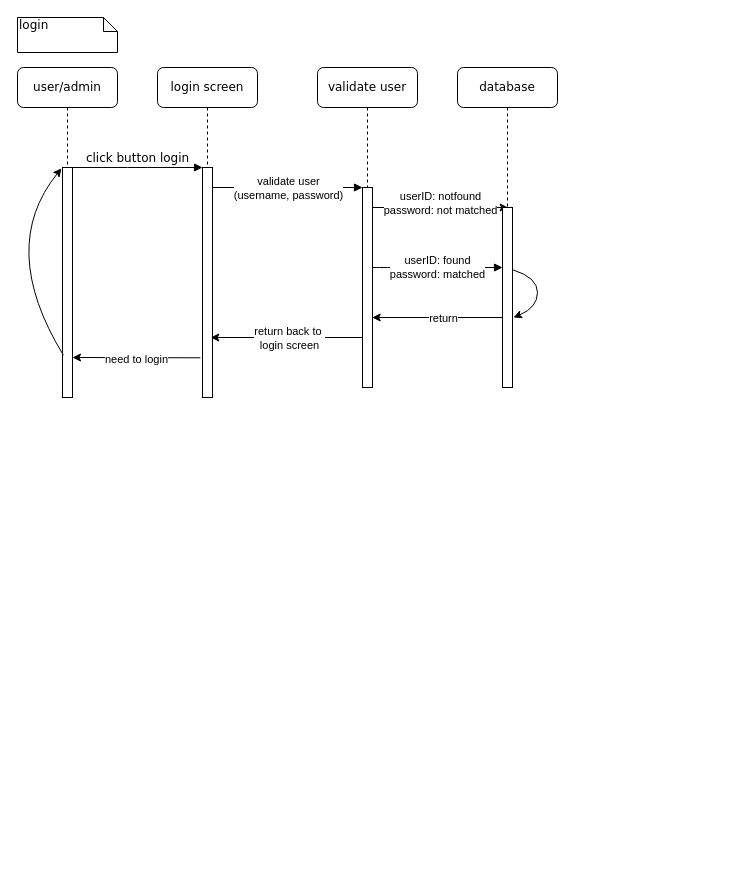
Earlier version of the draw.io diagram Diagram Tanpa Judul.drawio (rogerkampret/Kantin-Kampus-Digital). Source tidied: cells renumbered, new cells numbered last; positions are measured from the earlier drawing's top-left corner, leaving out a move shared by most shapes. Both pictures are drawn from the tidied source at 100%, with x=0, y=0 at pixel (-3, 17).
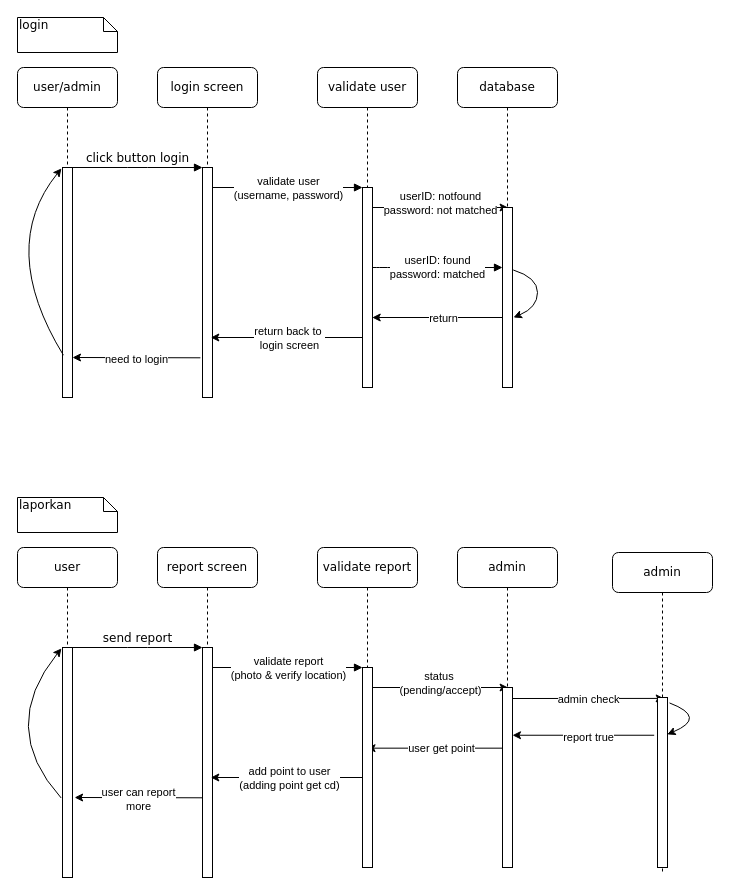
The same page after the edit.

Change to the diagram source:
```diff
@@
+    <mxCell id="26" style="endArrow=classic;html=1;rounded=0;exitX=0.151;exitY=0.337;exitDx=0;exitDy=0;exitPerimeter=0;" parent="1" edge="1" source="45" target="35">
+      <mxGeometry relative="1" as="geometry" />
+    </mxCell>
+    <mxCell id="27" value="user get point" style="edgeLabel;html=1;align=center;verticalAlign=middle;" parent="26" vertex="1">
+      <mxGeometry x="-0.08" relative="1" as="geometry" />
+    </mxCell>
+    <mxCell id="28" style="endArrow=classic;html=1;rounded=0;entryX=0.517;entryY=0.456;entryDx=0;entryDy=0;entryPerimeter=0;" parent="1" edge="1" target="30">
+      <mxGeometry relative="1" as="geometry">
+        <mxPoint x="513" y="681" as="sourcePoint" />
+      </mxGeometry>
+    </mxCell>
+    <mxCell id="29" value="admin check" style="edgeLabel;html=1;align=center;verticalAlign=middle;" parent="28" vertex="1">
+      <mxGeometry y="-1" relative="1" as="geometry" />
+    </mxCell>
+    <mxCell id="30" value="admin" style="shape=umlLifeline;perimeter=lifelinePerimeter;whiteSpace=wrap;html=1;outlineConnect=0;rounded=1;shadow=0;comic=0;labelBackgroundColor=none;strokeWidth=1;fontFamily=Verdana;fontSize=12;align=center;" parent="1" vertex="1">
+      <mxGeometry x="615" y="535" width="100" height="320" as="geometry" />
+    </mxCell>
@@
+    <mxCell id="31" value="report screen" style="shape=umlLifeline;perimeter=lifelinePerimeter;whiteSpace=wrap;html=1;rounded=1;shadow=0;comic=0;labelBackgroundColor=none;strokeWidth=1;fontFamily=Verdana;fontSize=12;align=center;" parent="1" vertex="1">
+      <mxGeometry x="160" y="530" width="100" height="330" as="geometry" />
+    </mxCell>
+    <mxCell id="32" style="html=1;points=[];perimeter=orthogonalPerimeter;rounded=0;shadow=0;comic=0;labelBackgroundColor=none;strokeWidth=1;fontFamily=Verdana;fontSize=12;align=center;" parent="31" vertex="1">
+      <mxGeometry x="45" y="100" width="10" height="230" as="geometry" />
+    </mxCell>
+    <mxCell id="33" style="endArrow=classic;html=1;rounded=0;entryX=1.009;entryY=0.642;entryDx=0;entryDy=0;entryPerimeter=0;" parent="31" edge="1">
+      <mxGeometry relative="1" as="geometry">
+        <mxPoint x="45" y="250.3" as="sourcePoint" />
+        <mxPoint x="-82.9" y="250" as="targetPoint" />
+      </mxGeometry>
+    </mxCell>
+    <mxCell id="34" value="user can report&lt;div&gt;more&lt;/div&gt;" style="edgeLabel;html=1;align=center;verticalAlign=middle;" parent="33" vertex="1">
+      <mxGeometry y="1" relative="1" as="geometry" />
+    </mxCell>
+    <mxCell id="35" value="validate report" style="shape=umlLifeline;perimeter=lifelinePerimeter;whiteSpace=wrap;html=1;outlineConnect=0;rounded=1;shadow=0;comic=0;labelBackgroundColor=none;strokeWidth=1;fontFamily=Verdana;fontSize=12;align=center;" parent="1" vertex="1">
+      <mxGeometry x="320" y="530" width="100" height="320" as="geometry" />
+    </mxCell>
+    <mxCell id="36" style="html=1;points=[];perimeter=orthogonalPerimeter;rounded=0;shadow=0;comic=0;labelBackgroundColor=none;strokeWidth=1;fontFamily=Verdana;fontSize=12;align=center;" parent="35" vertex="1">
+      <mxGeometry x="45" y="120" width="10" height="200" as="geometry" />
+    </mxCell>
+    <mxCell id="37" style="endArrow=classic;html=1;rounded=0;entryX=0.879;entryY=0.606;entryDx=0;entryDy=0;entryPerimeter=0;exitX=0.052;exitY=0.597;exitDx=0;exitDy=0;exitPerimeter=0;" parent="35" edge="1">
+      <mxGeometry relative="1" as="geometry">
+        <mxPoint x="45" y="230" as="sourcePoint" />
+        <mxPoint x="-106.7" y="230" as="targetPoint" />
+      </mxGeometry>
+    </mxCell>
+    <mxCell id="38" value="add point to user&lt;div&gt;(adding point get cd)&lt;/div&gt;" style="edgeLabel;html=1;align=center;verticalAlign=middle;" parent="37" vertex="1">
+      <mxGeometry x="-0.02" relative="1" as="geometry" />
+    </mxCell>
+    <mxCell id="39" value="admin" style="shape=umlLifeline;perimeter=lifelinePerimeter;whiteSpace=wrap;html=1;rounded=1;shadow=0;comic=0;labelBackgroundColor=none;strokeWidth=1;fontFamily=Verdana;fontSize=12;align=center;" parent="1" vertex="1">
+      <mxGeometry x="460" y="530" width="100" height="320" as="geometry" />
+    </mxCell>
+    <mxCell id="40" style="endArrow=classic;html=1;rounded=0;exitX=0.539;exitY=0.325;exitDx=0;exitDy=0;exitPerimeter=0;" parent="39" edge="1">
+      <mxGeometry relative="1" as="geometry">
+        <mxPoint x="-85" y="140" as="sourcePoint" />
+        <mxPoint x="50.6" y="140" as="targetPoint" />
+      </mxGeometry>
+    </mxCell>
+    <mxCell id="41" value="status&amp;nbsp;&lt;div&gt;(pending/accept)&lt;/div&gt;" style="edgeLabel;html=1;align=center;verticalAlign=middle;" parent="40" vertex="1">
+      <mxGeometry x="-0.01" y="5" relative="1" as="geometry" />
+    </mxCell>
+    <mxCell id="42" value="user" style="shape=umlLifeline;perimeter=lifelinePerimeter;whiteSpace=wrap;html=1;rounded=1;shadow=0;comic=0;labelBackgroundColor=none;strokeWidth=1;fontFamily=Verdana;fontSize=12;align=center;" parent="1" vertex="1">
+      <mxGeometry x="20" y="530" width="100" height="330" as="geometry" />
+    </mxCell>
+    <mxCell id="43" style="html=1;points=[];perimeter=orthogonalPerimeter;rounded=0;shadow=0;comic=0;labelBackgroundColor=none;strokeWidth=1;fontFamily=Verdana;fontSize=12;align=center;" parent="42" vertex="1">
+      <mxGeometry x="45" y="100" width="10" height="230" as="geometry" />
+    </mxCell>
+    <mxCell id="44" style="curved=1;endArrow=classic;html=1;rounded=0;exitX=-0.14;exitY=0.654;exitDx=0;exitDy=0;exitPerimeter=0;entryX=-0.104;entryY=0.004;entryDx=0;entryDy=0;entryPerimeter=0;" parent="42" edge="1" source="43" target="43">
+      <mxGeometry relative="1" as="geometry">
+        <Array as="points">
+          <mxPoint x="-20" y="180" />
+        </Array>
+      </mxGeometry>
+    </mxCell>
+    <mxCell id="45" style="html=1;points=[];perimeter=orthogonalPerimeter;rounded=0;shadow=0;comic=0;labelBackgroundColor=none;strokeWidth=1;fontFamily=Verdana;fontSize=12;align=center;" parent="1" vertex="1">
+      <mxGeometry x="505" y="670" width="10" height="180" as="geometry" />
+    </mxCell>
+    <mxCell id="46" value="send report" style="html=1;verticalAlign=bottom;endArrow=block;entryX=0;entryY=0;labelBackgroundColor=none;fontFamily=Verdana;fontSize=12;edgeStyle=elbowEdgeStyle;elbow=vertical;" parent="1" edge="1" source="43" target="32">
+      <mxGeometry relative="1" as="geometry" />
+    </mxCell>
+    <mxCell id="47" style="html=1;verticalAlign=bottom;endArrow=block;entryX=0;entryY=0;labelBackgroundColor=none;fontFamily=Verdana;fontSize=12;edgeStyle=elbowEdgeStyle;elbow=vertical;" parent="1" edge="1" source="32" target="36">
+      <mxGeometry relative="1" as="geometry" />
+    </mxCell>
+    <mxCell id="48" value="validate report&lt;div&gt;(photo &amp;amp; verify location)&lt;/div&gt;" style="edgeLabel;html=1;align=center;verticalAlign=middle;" parent="47" vertex="1">
+      <mxGeometry x="0.08" y="2" relative="1" as="geometry">
+        <mxPoint x="-6" y="2" as="offset" />
+      </mxGeometry>
+    </mxCell>
+    <mxCell id="49" value="laporkan" style="shape=note;whiteSpace=wrap;html=1;size=14;verticalAlign=top;align=left;spacingTop=-6;rounded=0;shadow=0;comic=0;labelBackgroundColor=none;strokeWidth=1;fontFamily=Verdana;fontSize=12;" parent="1" vertex="1">
+      <mxGeometry x="20" y="480" width="100" height="35" as="geometry" />
+    </mxCell>
+    <mxCell id="50" style="html=1;points=[];perimeter=orthogonalPerimeter;rounded=0;shadow=0;comic=0;labelBackgroundColor=none;strokeWidth=1;fontFamily=Verdana;fontSize=12;align=center;" parent="1" vertex="1">
+      <mxGeometry x="660" y="680" width="10" height="170" as="geometry" />
+    </mxCell>
+    <mxCell id="51" style="curved=1;endArrow=classic;html=1;rounded=0;exitX=1.203;exitY=0.032;exitDx=0;exitDy=0;exitPerimeter=0;entryX=0.973;entryY=0.217;entryDx=0;entryDy=0;entryPerimeter=0;" parent="1" edge="1" source="50" target="50">
+      <mxGeometry relative="1" as="geometry">
+        <Array as="points">
+          <mxPoint x="710" y="700" />
+        </Array>
+      </mxGeometry>
+    </mxCell>
+    <mxCell id="52" style="endArrow=classic;html=1;rounded=0;exitX=-0.33;exitY=0.222;exitDx=0;exitDy=0;exitPerimeter=0;" parent="1" edge="1" source="50" target="45">
+      <mxGeometry relative="1" as="geometry" />
+    </mxCell>
+    <mxCell id="53" value="report true" style="edgeLabel;html=1;align=center;verticalAlign=middle;" parent="52" vertex="1">
+      <mxGeometry x="-0.07" y="2" relative="1" as="geometry" />
+    </mxCell>
```
